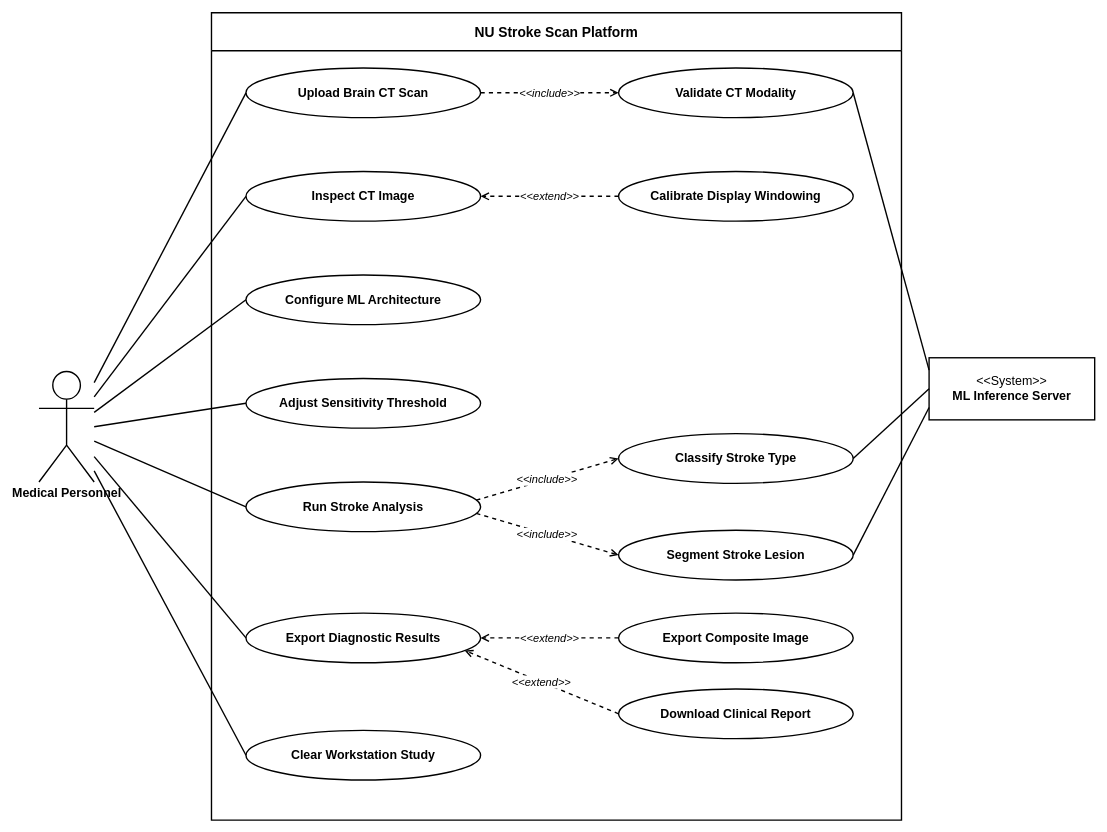
The draw.io diagram usecase-diagram.drawio in Cell1991/nu-stroke-scan, before the edit. Source tidied: cells renumbered, new cells numbered last; positions are measured from the earlier drawing's top-left corner, leaving out a move shared by most shapes. Both pictures are drawn from the tidied source at 69%, with x=0, y=0 at pixel (39, 12).
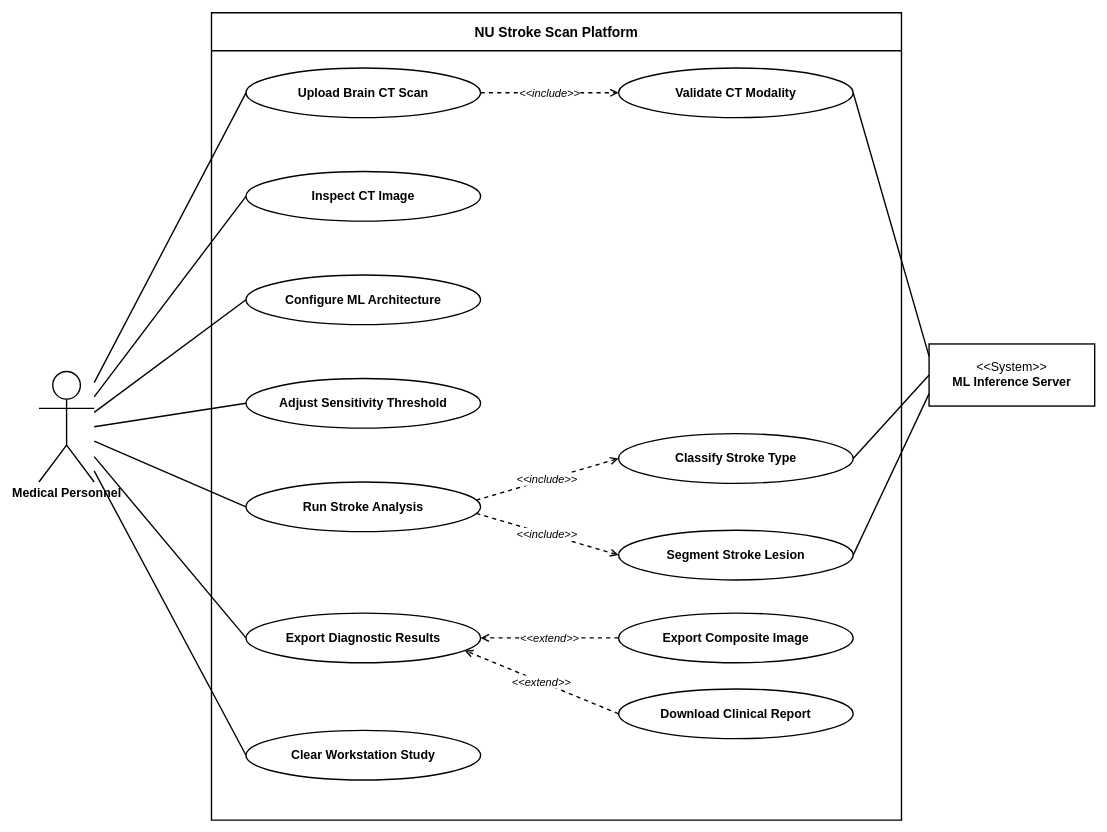
The same page after the edit.

Commit message (it also covers changes not shown here):
docs(diagrams): update flowchart to PDF report and remove non-existent windowing from use case diagram

Unchanged cells that the change refers to:
```xml
<mxCell id="4" value="Inspect CT Image" style="ellipse;whiteSpace=wrap;html=1;fillColor=#FFFFFF;strokeColor=#000000;strokeWidth=2;fontColor=#000000;fontFamily=Arial;fontStyle=1;fontSize=18;" parent="1" vertex="1">
  <mxGeometry x="300" y="230" width="340" height="72" as="geometry" />
</mxCell>
```

The edit, as a diff of the source:
```diff
@@
-    <mxCell id="11" value="Calibrate Display Windowing" style="ellipse;whiteSpace=wrap;html=1;fillColor=#FFFFFF;strokeColor=#000000;strokeWidth=2;fontColor=#000000;fontFamily=Arial;fontStyle=1;fontSize=18;" parent="1" vertex="1">
-      <mxGeometry x="840" y="230" width="340" height="72" as="geometry" />
-    </mxCell>
@@
     <mxCell id="17" value="&amp;lt;&amp;lt;System&amp;gt;&amp;gt;&lt;br&gt;&lt;b&gt;ML Inference Server&lt;/b&gt;" style="shape=rectangle;whiteSpace=wrap;html=1;fillColor=#FFFFFF;strokeColor=#000000;strokeWidth=2;fontColor=#000000;fontFamily=Arial;fontSize=18;align=center;" parent="1" vertex="1">
-      <mxGeometry x="1290" y="500" width="240" height="90" as="geometry" />
+      <mxGeometry x="1290" y="480" width="240" height="90" as="geometry" />
     </mxCell>
@@
-    <mxCell id="26" value="&amp;lt;&amp;lt;extend&amp;gt;&amp;gt;" style="dashed=1;endArrow=open;endSize=8;strokeColor=#000000;strokeWidth=2;fontSize=16;fontStyle=2;fontFamily=Arial;labelBackgroundColor=#FFFFFF;labelBorderColor=none;html=1;exitX=0;exitY=0.5;entryX=1;entryY=0.5;" parent="1" edge="1" source="11" target="4">
-      <mxGeometry relative="1" as="geometry" />
-    </mxCell>
```
